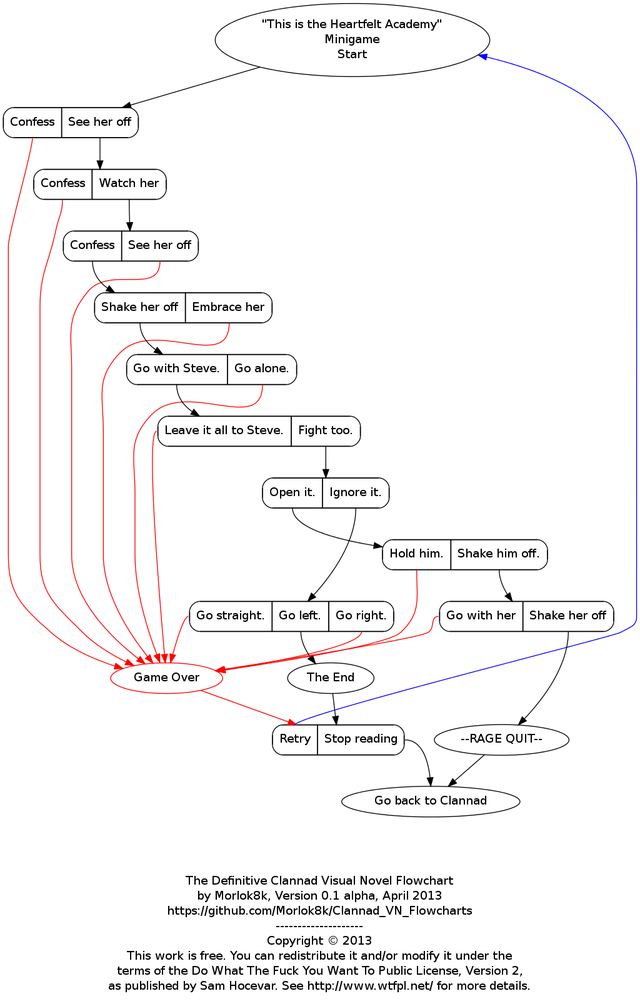
Before: Clannad_VN_Flowchart_Heartfelt_Academy.png, a diagram exported from Graphviz (Morlok8k/Clannad_VN_Flowcharts). Its source is kept beside it as dot_files/Clannad_VN_Flowchart_Heartfelt_Academy.dot.
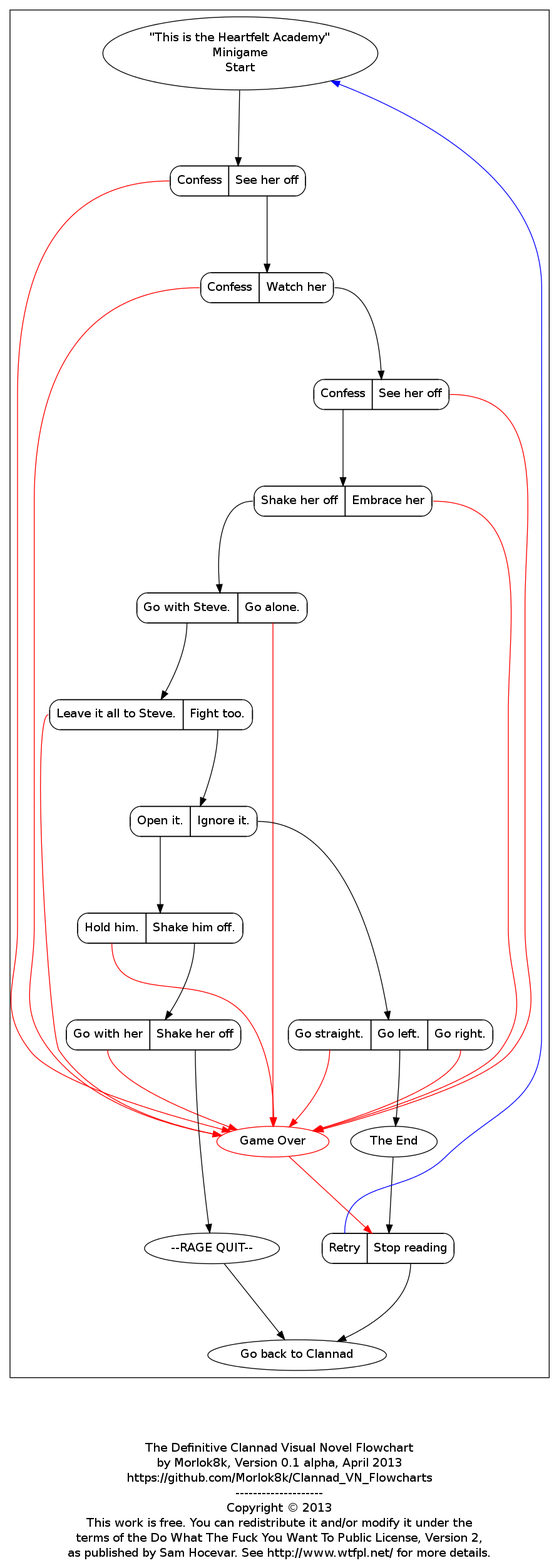
The same file after the commit.

The edit, as a diff of the source:
```diff
@@ -3,58 +3,63 @@
 
 digraph Clannad{
     graph [ label = "\n\n\n\nThe Definitive Clannad Visual Novel Flowchart\nby Morlok8k, Version 0.1 alpha, April 2013\nhttps://github.com/Morlok8k/Clannad_VN_Flowcharts\n--------------------\nCopyright © 2013\nThis work is free. You can redistribute it and/or modify it under the\nterms of the Do What The Fuck You Want To Public License, Version 2,\nas published by Sam Hocevar. See http://www.wtfpl.net/ for more details." ];
+   ranksep=1.25;
 
 
 
 
-    Heartfelt_Academy_start [label = "\"This is the Heartfelt Academy\"\nMinigame\nStart"];
-    HFA_game_over [label = "Game Over", color = red];    //Retry | Stop reading (Go to April 21 in clannad)
-    HFA_the_end [label = "The End"];    //retry | stop
-    HFA_finished [label = "--RAGE QUIT--"];    //Exit the game (--RAGE QUIT--)
-    HFA_retry [shape = Mrecord, label = "<a1>Retry|<a2>Stop reading"];
-    HFA_back2clannad [label = "Go back to Clannad"];
+    subgraph cluster_Heartfelt_Academy{
+        label = "";    //empty label for this cluster, else the "The Definitive Clannad Visual Novel" text will appear instead.
+
+        Heartfelt_Academy_start [label = "\"This is the Heartfelt Academy\"\nMinigame\nStart"];
+        HFA_game_over [label = "Game Over", color = red];    //Retry | Stop reading (Go to April 21 in clannad)
+        HFA_the_end [label = "The End"];    //retry | stop reading
+        HFA_finished [label = "--RAGE QUIT--"];    //Exit the game (--RAGE QUIT--)
+        HFA_retry [shape = Mrecord, label = "<a1>Retry|<a2>Stop reading"];
+        HFA_back2clannad [label = "Go back to Clannad"];
 
 
-    HFA_q1 [shape = Mrecord, label = "<a1>Confess|<a2>See her off"];
-    HFA_q2 [shape = Mrecord, label = "<a1>Confess|<a2>Watch her"];
-    HFA_q3 [shape = Mrecord, label = "<a1>Confess|<a2>See her off"];
-    HFA_q4 [shape = Mrecord, label = "<a1>Shake her off|<a2>Embrace her"];
-    HFA_q5 [shape = Mrecord, label = "<a1>Go with Steve.|<a2>Go alone."];
-    HFA_q6 [shape = Mrecord, label = "<a1>Leave it all to Steve.|<a2>Fight too."];
-    HFA_q7 [shape = Mrecord, label = "<a1>Open it.|<a2>Ignore it."];
-    HFA_q8 [shape = Mrecord, label = "<a1>Go straight.|<a2>Go left.|<a3>Go right."];
-    HFA_q9 [shape = Mrecord, label = "<a1>Hold him.|<a2>Shake him off."];
-    HFA_q10 [shape = Mrecord, label = "<a1>Go with her|<a2>Shake her off"];
+        HFA_q1 [shape = Mrecord, label = "<a1>Confess|<a2>See her off"];
+        HFA_q2 [shape = Mrecord, label = "<a1>Confess|<a2>Watch her"];
+        HFA_q3 [shape = Mrecord, label = "<a1>Confess|<a2>See her off"];
+        HFA_q4 [shape = Mrecord, label = "<a1>Shake her off|<a2>Embrace her"];
+        HFA_q5 [shape = Mrecord, label = "<a1>Go with Steve.|<a2>Go alone."];
+        HFA_q6 [shape = Mrecord, label = "<a1>Leave it all to Steve.|<a2>Fight too."];
+        HFA_q7 [shape = Mrecord, label = "<a1>Open it.|<a2>Ignore it."];
+        HFA_q8 [shape = Mrecord, label = "<a1>Go straight.|<a2>Go left.|<a3>Go right."];
+        HFA_q9 [shape = Mrecord, label = "<a1>Hold him.|<a2>Shake him off."];
+        HFA_q10 [shape = Mrecord, label = "<a1>Go with her|<a2>Shake her off"];
 
-    Heartfelt_Academy_start -> HFA_q1;
-    HFA_q1:a2 -> HFA_q2;
-    HFA_q2:a2 -> HFA_q3;
-    HFA_q3:a1 -> HFA_q4;
-    HFA_q4:a1 -> HFA_q5;
-    HFA_q5:a1 -> HFA_q6;
-    HFA_q6:a2 -> HFA_q7;
-    HFA_q7:a2 -> HFA_q8;
-    HFA_q7:a1 -> HFA_q9;
-    HFA_q8:a2 -> HFA_the_end;
-    HFA_q9:a2 -> HFA_q10;
-    HFA_q10:a2 -> HFA_finished;
-    HFA_finished -> HFA_back2clannad;
+        Heartfelt_Academy_start -> HFA_q1;
+        HFA_q1:a2 -> HFA_q2;
+        HFA_q2:a2 -> HFA_q3;
+        HFA_q3:a1 -> HFA_q4;
+        HFA_q4:a1 -> HFA_q5;
+        HFA_q5:a1 -> HFA_q6;
+        HFA_q6:a2 -> HFA_q7;
+        HFA_q7:a2 -> HFA_q8;
+        HFA_q7:a1 -> HFA_q9;
+        HFA_q8:a2 -> HFA_the_end;
+        HFA_q9:a2 -> HFA_q10;
+        HFA_q10:a2 -> HFA_finished;
+        HFA_finished -> HFA_back2clannad;
 
-    HFA_q1:a1 -> HFA_game_over [color = red];
-    HFA_q2:a1 -> HFA_game_over [color = red];
-    HFA_q3:a2 -> HFA_game_over [color = red];
-    HFA_q4:a2 -> HFA_game_over [color = red];
-    HFA_q5:a2 -> HFA_game_over [color = red];
-    HFA_q6:a1 -> HFA_game_over [color = red];
-    HFA_q8:a1 -> HFA_game_over [color = red];
-    HFA_q8:a3 -> HFA_game_over [color = red];
-    HFA_q9:a1 -> HFA_game_over [color = red];
-    HFA_q10:a1 -> HFA_game_over [color = red];
+        HFA_q1:a1 -> HFA_game_over [color = red];
+        HFA_q2:a1 -> HFA_game_over [color = red];
+        HFA_q3:a2 -> HFA_game_over [color = red];
+        HFA_q4:a2 -> HFA_game_over [color = red];
+        HFA_q5:a2 -> HFA_game_over [color = red];
+        HFA_q6:a1 -> HFA_game_over [color = red];
+        HFA_q8:a1 -> HFA_game_over [color = red];
+        HFA_q8:a3 -> HFA_game_over [color = red];
+        HFA_q9:a1 -> HFA_game_over [color = red];
+        HFA_q10:a1 -> HFA_game_over [color = red];
 
-    HFA_game_over -> HFA_retry [color = red];
-    HFA_the_end -> HFA_retry;
-    HFA_retry:a1 -> Heartfelt_Academy_start [color = blue];
-    HFA_retry:a2 -> HFA_back2clannad;
+        HFA_game_over -> HFA_retry [color = red];
+        HFA_the_end -> HFA_retry;
+        HFA_retry:a1 -> Heartfelt_Academy_start [color = blue];
+        HFA_retry:a2 -> HFA_back2clannad;
+    }
 
 
 
```
